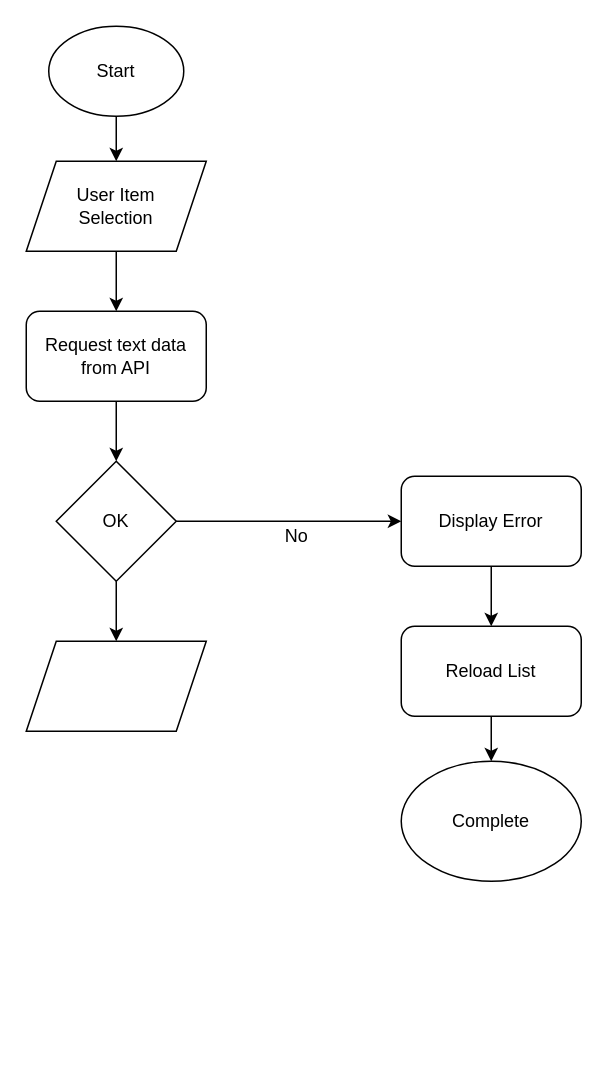
Before: WYWM_WebDesignIntro.drawio in TartanSpartan117/StarWars, a draw.io diagram. Source tidied: cells renumbered, new cells numbered last; positions are measured from the earlier drawing's top-left corner, leaving out a move shared by most shapes. Both pictures are drawn from the tidied source at 150%, with x=0, y=0 at pixel (26, 26).
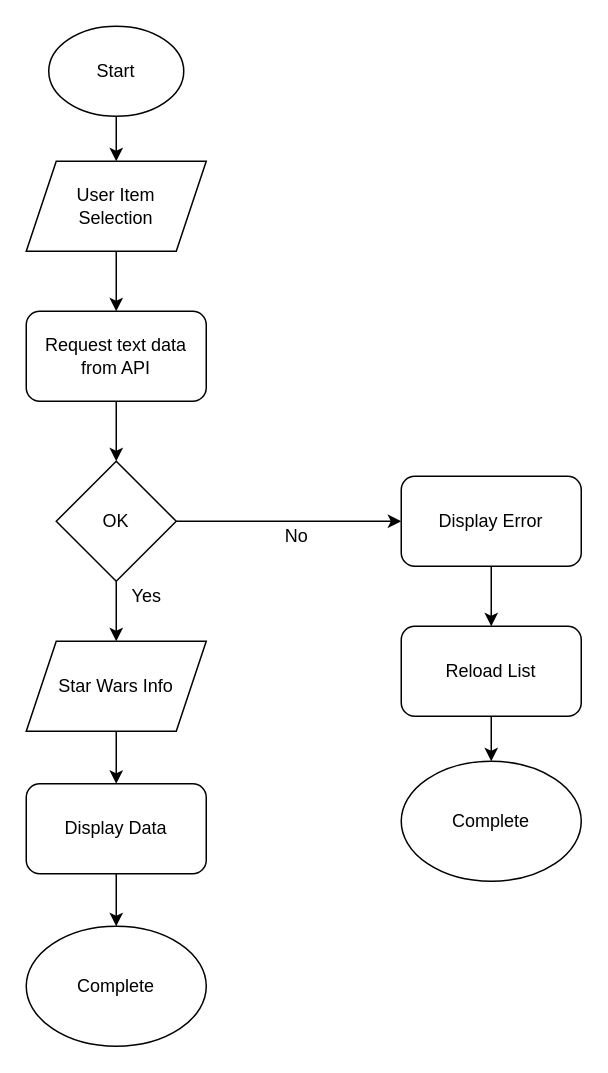
Above is the later version.

What changed in the source:
```diff
@@
+    <mxCell id="18" style="edgeStyle=orthogonalEdgeStyle;rounded=0;jettySize=auto;html=1;" parent="1" edge="1" source="17" target="21">
+      <mxGeometry relative="1" as="geometry" />
+    </mxCell>
-    <mxCell id="17" style="shape=parallelogram;perimeter=parallelogramPerimeter;whiteSpace=wrap;html=1;fixedSize=1;" parent="1" vertex="1">
+    <mxCell id="17" value="Star Wars Info" style="shape=parallelogram;perimeter=parallelogramPerimeter;whiteSpace=wrap;html=1;fixedSize=1;" parent="1" vertex="1">
       <mxGeometry y="410" width="120" height="60" as="geometry" />
     </mxCell>
+    <mxCell id="19" value="&lt;div&gt;Yes&lt;/div&gt;" style="text;html=1;align=center;verticalAlign=middle;fillColor=none;strokeColor=none;rounded=0;" parent="1" vertex="1">
+      <mxGeometry x="60" y="370" width="40" height="20" as="geometry" />
+    </mxCell>
+    <mxCell id="20" style="edgeStyle=orthogonalEdgeStyle;rounded=0;jettySize=auto;html=1;" parent="1" edge="1" source="21" target="22">
+      <mxGeometry relative="1" as="geometry" />
+    </mxCell>
+    <mxCell id="21" value="Display Data" style="rounded=1;whiteSpace=wrap;html=1;" parent="1" vertex="1">
+      <mxGeometry y="505" width="120" height="60" as="geometry" />
+    </mxCell>
+    <mxCell id="22" value="Complete" style="ellipse;whiteSpace=wrap;html=1;" parent="1" vertex="1">
+      <mxGeometry y="600" width="120" height="80" as="geometry" />
+    </mxCell>
```
